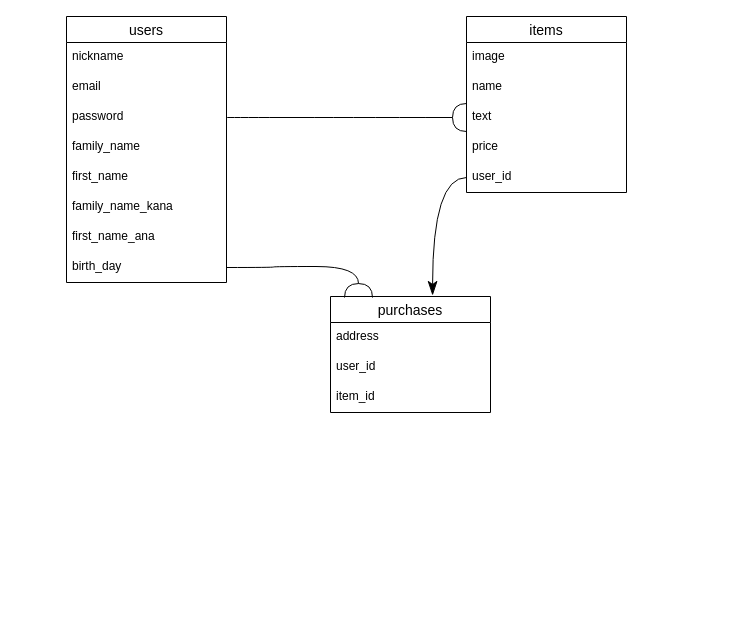
Before: furifuri.dio in shirajun/furima-30429, a draw.io diagram. Source tidied: cells renumbered, new cells numbered last; positions are measured from the earlier drawing's top-left corner, leaving out a move shared by most shapes. Both pictures are drawn from the tidied source at 100%, with x=0, y=0 at pixel (66, 16).
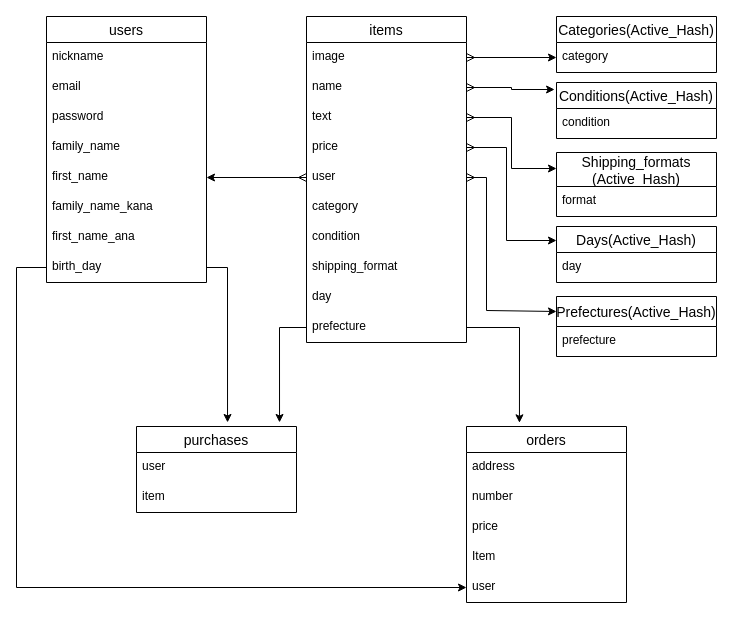
Above is the later version.

Commit message (it also covers changes not shown here):
データベース設計　修正

The change refers to these unchanged cells:
```xml
<mxCell id="5" value="password" style="text;strokeColor=none;fillColor=none;spacingLeft=4;spacingRight=4;overflow=hidden;points=[[0,0.5],[1,0.5]];portConstraint=eastwest;fontSize=12;" parent="2" vertex="1">
  <mxGeometry y="86" width="160" height="30" as="geometry" />
</mxCell>
<mxCell id="7" value="first_name" style="text;strokeColor=none;fillColor=none;spacingLeft=4;spacingRight=4;overflow=hidden;points=[[0,0.5],[1,0.5]];portConstraint=eastwest;fontSize=12;" parent="2" vertex="1">
  <mxGeometry y="146" width="160" height="30" as="geometry" />
</mxCell>
<mxCell id="10" value="birth_day" style="text;strokeColor=none;fillColor=none;spacingLeft=4;spacingRight=4;overflow=hidden;points=[[0,0.5],[1,0.5]];portConstraint=eastwest;fontSize=12;" parent="2" vertex="1">
  <mxGeometry y="236" width="160" height="30" as="geometry" />
</mxCell>
<mxCell id="12" value="image" style="text;strokeColor=none;fillColor=none;spacingLeft=4;spacingRight=4;overflow=hidden;points=[[0,0.5],[1,0.5]];portConstraint=eastwest;fontSize=12;" parent="11" vertex="1">
  <mxGeometry y="26" width="160" height="30" as="geometry" />
</mxCell>
<mxCell id="13" value="name" style="text;strokeColor=none;fillColor=none;spacingLeft=4;spacingRight=4;overflow=hidden;points=[[0,0.5],[1,0.5]];portConstraint=eastwest;fontSize=12;" parent="11" vertex="1">
  <mxGeometry y="56" width="160" height="30" as="geometry" />
</mxCell>
<mxCell id="14" value="text" style="text;strokeColor=none;fillColor=none;spacingLeft=4;spacingRight=4;overflow=hidden;points=[[0,0.5],[1,0.5]];portConstraint=eastwest;fontSize=12;" parent="11" vertex="1">
  <mxGeometry y="86" width="160" height="30" as="geometry" />
</mxCell>
<mxCell id="15" value="price" style="text;strokeColor=none;fillColor=none;spacingLeft=4;spacingRight=4;overflow=hidden;points=[[0,0.5],[1,0.5]];portConstraint=eastwest;fontSize=12;" parent="11" vertex="1">
  <mxGeometry y="116" width="160" height="30" as="geometry" />
</mxCell>
```

What changed in the source:
```diff
@@
+    <mxCell id="24" value="Categories(Active_Hash)" style="swimlane;fontStyle=0;horizontal=1;startSize=26;align=center;fontSize=14;" parent="1" vertex="1">
+      <mxGeometry x="490" width="160" height="56" as="geometry" />
+    </mxCell>
+    <mxCell id="25" value="category" style="text;strokeColor=none;fillColor=none;spacingLeft=4;spacingRight=4;overflow=hidden;points=[[0,0.5],[1,0.5]];portConstraint=eastwest;fontSize=12;" parent="24" vertex="1">
+      <mxGeometry y="26" width="160" height="30" as="geometry" />
+    </mxCell>
+    <mxCell id="26" value="Conditions(Active_Hash)" style="swimlane;fontStyle=0;horizontal=1;startSize=26;align=center;fontSize=14;" parent="1" vertex="1">
+      <mxGeometry x="490" y="66" width="160" height="56" as="geometry" />
+    </mxCell>
+    <mxCell id="27" value="condition" style="text;strokeColor=none;fillColor=none;spacingLeft=4;spacingRight=4;overflow=hidden;fontSize=12;" parent="26" vertex="1">
+      <mxGeometry y="26" width="160" height="30" as="geometry" />
+    </mxCell>
+    <mxCell id="28" value="Shipping_formats&#10;(Active_Hash)" style="swimlane;fontStyle=0;horizontal=1;startSize=34;align=center;fontSize=14;" parent="1" vertex="1">
+      <mxGeometry x="490" y="136" width="160" height="64" as="geometry" />
+    </mxCell>
+    <mxCell id="29" value="format" style="text;strokeColor=none;fillColor=none;spacingLeft=4;spacingRight=4;overflow=hidden;fontSize=12;" parent="28" vertex="1">
+      <mxGeometry y="34" width="160" height="30" as="geometry" />
+    </mxCell>
+    <mxCell id="30" value="Days(Active_Hash)" style="swimlane;fontStyle=0;horizontal=1;startSize=26;align=center;fontSize=14;" parent="1" vertex="1">
+      <mxGeometry x="490" y="210" width="160" height="56" as="geometry" />
+    </mxCell>
+    <mxCell id="31" value="day" style="text;strokeColor=none;fillColor=none;spacingLeft=4;spacingRight=4;overflow=hidden;fontSize=12;" parent="30" vertex="1">
+      <mxGeometry y="26" width="160" height="30" as="geometry" />
+    </mxCell>
+    <mxCell id="32" value="Prefectures(Active_Hash)" style="swimlane;fontStyle=0;horizontal=1;startSize=30;align=center;fontSize=14;" parent="1" vertex="1">
+      <mxGeometry x="490" y="280" width="160" height="60" as="geometry" />
+    </mxCell>
+    <mxCell id="33" value="prefecture" style="text;strokeColor=none;fillColor=none;spacingLeft=4;spacingRight=4;overflow=hidden;fontSize=12;" parent="32" vertex="1">
+      <mxGeometry y="30" width="160" height="30" as="geometry" />
+    </mxCell>
     <mxCell id="2" value="users" style="swimlane;fontStyle=0;horizontal=1;startSize=26;align=center;fontSize=14;" parent="1" vertex="1">
-      <mxGeometry width="160" height="266" as="geometry" />
+      <mxGeometry x="-20" width="160" height="266" as="geometry" />
     </mxCell>
@@
     <mxCell id="11" value="items" style="swimlane;fontStyle=0;horizontal=1;startSize=26;align=center;fontSize=14;" parent="1" vertex="1">
-      <mxGeometry x="400" width="160" height="176" as="geometry" />
+      <mxGeometry x="240" width="160" height="326" as="geometry" />
     </mxCell>
@@
-    <mxCell id="16" value="user_id" style="text;strokeColor=none;fillColor=none;spacingLeft=4;spacingRight=4;overflow=hidden;points=[[0,0.5],[1,0.5]];portConstraint=eastwest;fontSize=12;" parent="11" vertex="1">
+    <mxCell id="16" value="user" style="text;strokeColor=none;fillColor=none;spacingLeft=4;spacingRight=4;overflow=hidden;points=[[0,0.5],[1,0.5]];portConstraint=eastwest;fontSize=12;" parent="11" vertex="1">
       <mxGeometry y="146" width="160" height="30" as="geometry" />
     </mxCell>
+    <mxCell id="34" value="category" style="text;strokeColor=none;fillColor=none;spacingLeft=4;spacingRight=4;overflow=hidden;fontSize=12;" parent="11" vertex="1">
+      <mxGeometry y="176" width="160" height="30" as="geometry" />
+    </mxCell>
+    <mxCell id="35" value="condition" style="text;strokeColor=none;fillColor=none;spacingLeft=4;spacingRight=4;overflow=hidden;fontSize=12;" parent="11" vertex="1">
+      <mxGeometry y="206" width="160" height="30" as="geometry" />
+    </mxCell>
+    <mxCell id="36" value="shipping_format" style="text;strokeColor=none;fillColor=none;spacingLeft=4;spacingRight=4;overflow=hidden;fontSize=12;" parent="11" vertex="1">
+      <mxGeometry y="236" width="160" height="30" as="geometry" />
+    </mxCell>
+    <mxCell id="37" value="day" style="text;strokeColor=none;fillColor=none;spacingLeft=4;spacingRight=4;overflow=hidden;fontSize=12;" parent="11" vertex="1">
+      <mxGeometry y="266" width="160" height="30" as="geometry" />
+    </mxCell>
+    <mxCell id="38" value="prefecture" style="text;strokeColor=none;fillColor=none;spacingLeft=4;spacingRight=4;overflow=hidden;points=[[0,0.5],[1,0.5]];portConstraint=eastwest;fontSize=12;" parent="11" vertex="1">
+      <mxGeometry y="296" width="160" height="30" as="geometry" />
+    </mxCell>
+    <mxCell id="39" style="edgeStyle=orthogonalEdgeStyle;rounded=0;jettySize=auto;html=1;exitX=1;exitY=0.5;exitDx=0;exitDy=0;entryX=0;entryY=0.5;entryDx=0;entryDy=0;startArrow=ERmany;startFill=0;" parent="1" edge="1" source="12" target="25">
+      <mxGeometry relative="1" as="geometry" />
+    </mxCell>
+    <mxCell id="40" style="edgeStyle=orthogonalEdgeStyle;rounded=0;jettySize=auto;html=1;exitX=1;exitY=0.5;exitDx=0;exitDy=0;entryX=-0.012;entryY=0.125;entryDx=0;entryDy=0;entryPerimeter=0;startArrow=ERmany;startFill=0;" parent="1" edge="1" source="13" target="26">
+      <mxGeometry relative="1" as="geometry" />
+    </mxCell>
+    <mxCell id="41" style="edgeStyle=orthogonalEdgeStyle;rounded=0;jettySize=auto;html=1;entryX=0;entryY=0.25;entryDx=0;entryDy=0;startArrow=ERmany;startFill=0;exitX=1;exitY=0.5;exitDx=0;exitDy=0;" parent="1" edge="1" source="14" target="28">
+      <mxGeometry relative="1" as="geometry" />
+    </mxCell>
+    <mxCell id="42" style="edgeStyle=orthogonalEdgeStyle;rounded=0;jettySize=auto;html=1;exitX=1;exitY=0.5;exitDx=0;exitDy=0;entryX=0;entryY=0.25;entryDx=0;entryDy=0;startArrow=ERmany;startFill=0;" parent="1" edge="1" source="15" target="30">
+      <mxGeometry relative="1" as="geometry">
+        <Array as="points">
+          <mxPoint x="440" y="131" />
+          <mxPoint x="440" y="224" />
+        </Array>
+      </mxGeometry>
+    </mxCell>
+    <mxCell id="43" style="edgeStyle=orthogonalEdgeStyle;rounded=0;jettySize=auto;html=1;exitX=1;exitY=0.5;exitDx=0;exitDy=0;startArrow=ERmany;startFill=0;entryX=0;entryY=0.25;entryDx=0;entryDy=0;" parent="1" edge="1" source="16" target="32">
+      <mxGeometry relative="1" as="geometry">
+        <Array as="points">
+          <mxPoint x="420" y="161" />
+          <mxPoint x="420" y="294" />
+        </Array>
+      </mxGeometry>
+    </mxCell>
+    <mxCell id="44" value="orders" style="swimlane;fontStyle=0;horizontal=1;startSize=26;align=center;fontSize=14;" parent="1" vertex="1">
+      <mxGeometry x="400" y="410" width="160" height="176" as="geometry" />
+    </mxCell>
+    <mxCell id="18" value="address" style="text;strokeColor=none;fillColor=none;spacingLeft=4;spacingRight=4;overflow=hidden;fontSize=12;" parent="44" vertex="1">
+      <mxGeometry y="26" width="160" height="30" as="geometry" />
+    </mxCell>
+    <mxCell id="45" value="number" style="text;strokeColor=none;fillColor=none;spacingLeft=4;spacingRight=4;overflow=hidden;fontSize=12;" parent="44" vertex="1">
+      <mxGeometry y="56" width="160" height="30" as="geometry" />
+    </mxCell>
+    <mxCell id="46" value="price" style="text;strokeColor=none;fillColor=none;spacingLeft=4;spacingRight=4;overflow=hidden;fontSize=12;" parent="44" vertex="1">
+      <mxGeometry y="86" width="160" height="30" as="geometry" />
+    </mxCell>
+    <mxCell id="47" value="Item" style="text;strokeColor=none;fillColor=none;spacingLeft=4;spacingRight=4;overflow=hidden;fontSize=12;" parent="44" vertex="1">
+      <mxGeometry y="116" width="160" height="30" as="geometry" />
+    </mxCell>
+    <mxCell id="48" value="user" style="text;strokeColor=none;fillColor=none;spacingLeft=4;spacingRight=4;overflow=hidden;points=[[0,0.5],[1,0.5]];portConstraint=eastwest;fontSize=12;" parent="44" vertex="1">
+      <mxGeometry y="146" width="160" height="30" as="geometry" />
+    </mxCell>
     <mxCell id="17" value="purchases" style="swimlane;fontStyle=0;horizontal=1;startSize=26;align=center;fontSize=14;" parent="1" vertex="1">
-      <mxGeometry x="264" y="280" width="160" height="116" as="geometry" />
+      <mxGeometry x="70" y="410" width="160" height="86" as="geometry" />
     </mxCell>
-    <mxCell id="18" value="address" style="text;strokeColor=none;fillColor=none;spacingLeft=4;spacingRight=4;overflow=hidden;fontSize=12;" parent="17" vertex="1">
-      <mxGeometry y="26" width="160" height="30" as="geometry" />
-    </mxCell>
-    <mxCell id="19" value="user_id" style="text;strokeColor=none;fillColor=none;spacingLeft=4;spacingRight=4;overflow=hidden;fontSize=12;" parent="17" vertex="1">
-      <mxGeometry y="56" width="160" height="30" as="geometry" />
+    <mxCell id="19" value="user" style="text;strokeColor=none;fillColor=none;spacingLeft=4;spacingRight=4;overflow=hidden;fontSize=12;" parent="17" vertex="1">
+      <mxGeometry y="26" width="160" height="30" as="geometry" />
     </mxCell>
-    <mxCell id="20" value="item_id" style="text;strokeColor=none;fillColor=none;spacingLeft=4;spacingRight=4;overflow=hidden;fontSize=12;" parent="17" vertex="1">
-      <mxGeometry y="86" width="160" height="30" as="geometry" />
+    <mxCell id="20" value="item" style="text;strokeColor=none;fillColor=none;spacingLeft=4;spacingRight=4;overflow=hidden;fontSize=12;" parent="17" vertex="1">
+      <mxGeometry y="56" width="160" height="30" as="geometry" />
     </mxCell>
+    <mxCell id="49" style="edgeStyle=orthogonalEdgeStyle;rounded=0;jettySize=auto;html=1;exitX=0;exitY=0.5;exitDx=0;exitDy=0;entryX=0.894;entryY=-0.047;entryDx=0;entryDy=0;entryPerimeter=0;startArrow=none;startFill=0;" parent="1" edge="1" source="38" target="17">
+      <mxGeometry relative="1" as="geometry" />
+    </mxCell>
+    <mxCell id="50" style="edgeStyle=orthogonalEdgeStyle;rounded=0;jettySize=auto;html=1;exitX=1;exitY=0.5;exitDx=0;exitDy=0;entryX=0.331;entryY=-0.021;entryDx=0;entryDy=0;entryPerimeter=0;startArrow=none;startFill=0;" parent="1" edge="1" source="38" target="44">
+      <mxGeometry relative="1" as="geometry" />
+    </mxCell>
-    <mxCell id="21" style="edgeStyle=orthogonalEdgeStyle;jettySize=auto;html=1;exitX=1;exitY=0.5;exitDx=0;exitDy=0;entryX=0.175;entryY=0.009;entryDx=0;entryDy=0;entryPerimeter=0;horizontal=0;endSize=12;targetPerimeterSpacing=3;curved=1;startArrow=none;startFill=0;endArrow=halfCircle;endFill=0;" parent="1" edge="1" source="10" target="17">
+    <mxCell id="21" style="edgeStyle=orthogonalEdgeStyle;rounded=0;jettySize=auto;html=1;exitX=1;exitY=0.5;exitDx=0;exitDy=0;entryX=0.569;entryY=-0.047;entryDx=0;entryDy=0;entryPerimeter=0;startArrow=none;startFill=0;" parent="1" edge="1" source="10" target="17">
       <mxGeometry relative="1" as="geometry" />
     </mxCell>
-    <mxCell id="22" style="edgeStyle=orthogonalEdgeStyle;curved=1;jettySize=auto;html=1;exitX=1;exitY=0.5;exitDx=0;exitDy=0;entryX=0;entryY=0.5;entryDx=0;entryDy=0;startArrow=none;startFill=0;endArrow=halfCircle;endFill=0;endSize=12;targetPerimeterSpacing=3;" parent="1" edge="1" source="5" target="14">
-      <mxGeometry relative="1" as="geometry" />
-    </mxCell>
-    <mxCell id="23" style="edgeStyle=orthogonalEdgeStyle;curved=1;jettySize=auto;html=1;exitX=0;exitY=0.5;exitDx=0;exitDy=0;entryX=0.638;entryY=-0.009;entryDx=0;entryDy=0;entryPerimeter=0;startArrow=none;startFill=0;endArrow=classicThin;endFill=1;endSize=12;targetPerimeterSpacing=3;" parent="1" edge="1" source="16" target="17">
-      <mxGeometry relative="1" as="geometry" />
-    </mxCell>
+    <mxCell id="51" style="edgeStyle=orthogonalEdgeStyle;rounded=0;jettySize=auto;html=1;entryX=0;entryY=0.5;entryDx=0;entryDy=0;startArrow=none;startFill=0;" parent="1" edge="1" source="10" target="48">
+      <mxGeometry relative="1" as="geometry">
+        <Array as="points">
+          <mxPoint x="-50" y="251" />
+          <mxPoint x="-50" y="571" />
+        </Array>
+      </mxGeometry>
+    </mxCell>
+    <mxCell id="52" style="edgeStyle=orthogonalEdgeStyle;rounded=0;jettySize=auto;html=1;exitX=0;exitY=0.5;exitDx=0;exitDy=0;entryX=1;entryY=0.5;entryDx=0;entryDy=0;startArrow=ERmany;startFill=0;" parent="1" edge="1" source="16" target="7">
+      <mxGeometry relative="1" as="geometry" />
+    </mxCell>
```
